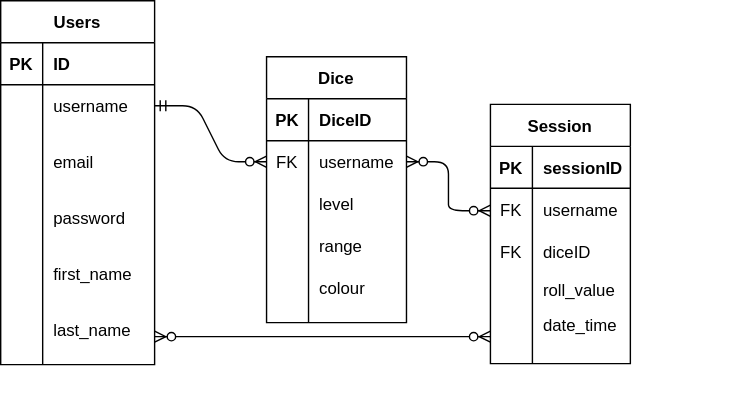
adicarlisle/QA-Core-Fundamental-Project keeps this draw.io diagram as images/databaseUML.svg. Above is the earlier version. Source tidied: cells renumbered, new cells last; positions are measured from the earlier drawing's top-left corner, leaving out a move shared by most shapes.
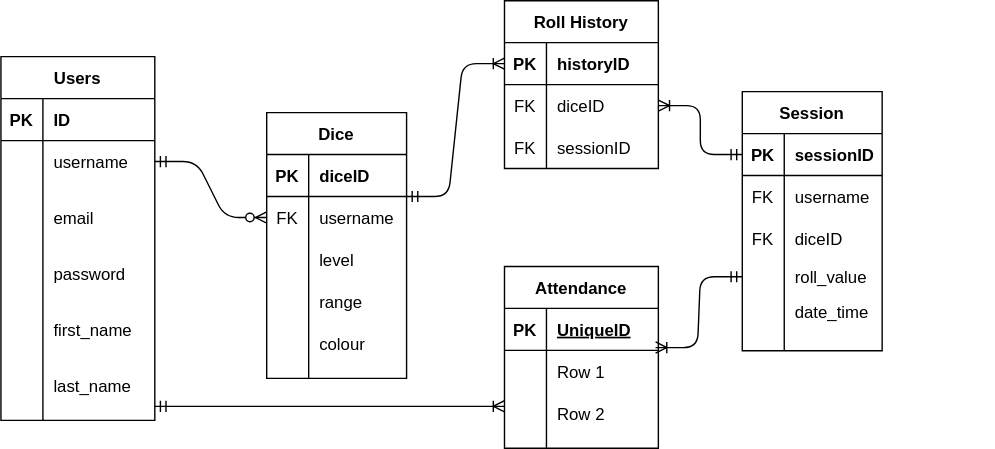
Above is the later version.

The edit, as a diff of the source:
```diff
@@ -71,7 +71,7 @@
     <mxCell id="24" value="PK" style="shape=partialRectangle;fillColor=none;top=0;left=0;bottom=0;right=0;fontStyle=1;overflow=hidden;" parent="23" vertex="1">
       <mxGeometry width="30" height="30" as="geometry" />
     </mxCell>
-    <mxCell id="25" value="DiceID" style="shape=partialRectangle;fillColor=none;top=0;left=0;bottom=0;right=0;align=left;spacingLeft=6;fontStyle=1;overflow=hidden;" parent="23" vertex="1">
+    <mxCell id="25" value="diceID" style="shape=partialRectangle;fillColor=none;top=0;left=0;bottom=0;right=0;align=left;spacingLeft=6;fontStyle=1;overflow=hidden;" parent="23" vertex="1">
       <mxGeometry x="30" width="70" height="30" as="geometry" />
     </mxCell>
     <mxCell id="26" style="shape=partialRectangle;fillColor=none;top=0;left=0;bottom=0;right=0;points=[[0,0.5],[1,0.5]];portConstraint=eastwest;" parent="22" vertex="1">
@@ -110,8 +110,13 @@
     <mxCell id="37" value="colour" style="shape=partialRectangle;fillColor=none;top=0;left=0;bottom=0;right=0;align=left;spacingLeft=6;overflow=hidden;" parent="35" vertex="1">
       <mxGeometry x="30" width="150" height="30" as="geometry" />
     </mxCell>
+    <mxCell id="56" style="edgeStyle=entityRelationEdgeStyle;fontSize=12;html=1;endArrow=ERoneToMany;startArrow=ERmandOne;entryX=0;entryY=0.5;entryDx=0;entryDy=0;" parent="21" edge="1" target="58">
+      <mxGeometry relative="1" as="geometry">
+        <mxPoint x="100" y="60" as="sourcePoint" />
+      </mxGeometry>
+    </mxCell>
     <mxCell id="38" style="group;" parent="1" vertex="1">
-      <mxGeometry x="350" y="74" width="180" height="220" as="geometry" />
+      <mxGeometry x="530" y="25" width="180" height="220" as="geometry" />
     </mxCell>
     <mxCell id="39" style="group;" parent="38" vertex="1">
       <mxGeometry width="180" height="220" as="geometry" />
@@ -158,16 +163,77 @@
     <mxCell id="53" value="date_time" style="shape=partialRectangle;fillColor=none;top=0;left=0;bottom=0;right=0;align=left;spacingLeft=6;overflow=hidden;" parent="39" vertex="1">
       <mxGeometry x="30" y="140" width="70" height="34.7" as="geometry" />
     </mxCell>
-    <mxCell id="54" style="edgeStyle=entityRelationEdgeStyle;fontSize=12;html=1;endArrow=ERzeroToMany;endFill=1;startArrow=ERzeroToMany;" parent="1" edge="1">
-      <mxGeometry relative="1" as="geometry">
-        <mxPoint x="110" y="240" as="sourcePoint" />
-        <mxPoint x="350" y="240" as="targetPoint" />
-      </mxGeometry>
-    </mxCell>
-    <mxCell id="55" style="edgeStyle=entityRelationEdgeStyle;fontSize=12;html=1;endArrow=ERzeroToMany;endFill=1;startArrow=ERzeroToMany;exitX=1;exitY=0.5;exitDx=0;exitDy=0;" parent="1" edge="1" source="26">
-      <mxGeometry relative="1" as="geometry">
-        <mxPoint x="350" y="150" as="targetPoint" />
-      </mxGeometry>
-    </mxCell>
+    <mxCell id="57" value="Roll History" style="shape=table;startSize=30;rowLines=0;fontStyle=1;align=center;" parent="1" vertex="1">
+      <mxGeometry x="360" y="-40" width="110" height="120" as="geometry" />
+    </mxCell>
+    <mxCell id="58" style="shape=partialRectangle;fillColor=none;top=0;left=0;bottom=1;right=0;points=[[0,0.5],[1,0.5]];portConstraint=eastwest;" parent="57" vertex="1">
+      <mxGeometry y="30" width="110" height="30" as="geometry" />
+    </mxCell>
+    <mxCell id="59" value="PK" style="shape=partialRectangle;fillColor=none;top=0;left=0;bottom=0;right=0;fontStyle=1;overflow=hidden;" parent="58" vertex="1">
+      <mxGeometry width="30" height="30" as="geometry" />
+    </mxCell>
+    <mxCell id="60" value="historyID" style="shape=partialRectangle;fillColor=none;top=0;left=0;bottom=0;right=0;align=left;spacingLeft=6;fontStyle=1;overflow=hidden;" parent="58" vertex="1">
+      <mxGeometry x="30" width="80" height="30" as="geometry" />
+    </mxCell>
+    <mxCell id="61" style="shape=partialRectangle;fillColor=none;top=0;left=0;bottom=0;right=0;points=[[0,0.5],[1,0.5]];portConstraint=eastwest;" parent="57" vertex="1">
+      <mxGeometry y="60" width="110" height="30" as="geometry" />
+    </mxCell>
+    <mxCell id="62" value="FK" style="shape=partialRectangle;fillColor=none;top=0;left=0;bottom=0;right=0;overflow=hidden;" parent="61" vertex="1">
+      <mxGeometry width="30" height="30" as="geometry" />
+    </mxCell>
+    <mxCell id="63" value="diceID" style="shape=partialRectangle;fillColor=none;top=0;left=0;bottom=0;right=0;align=left;spacingLeft=6;overflow=hidden;" parent="61" vertex="1">
+      <mxGeometry x="30" width="80" height="30" as="geometry" />
+    </mxCell>
+    <mxCell id="64" style="shape=partialRectangle;fillColor=none;top=0;left=0;bottom=0;right=0;" parent="57" vertex="1">
+      <mxGeometry y="90" width="110" height="30" as="geometry" />
+    </mxCell>
+    <mxCell id="65" value="FK" style="shape=partialRectangle;fillColor=none;top=0;left=0;bottom=0;right=0;overflow=hidden;" parent="64" vertex="1">
+      <mxGeometry width="30" height="30" as="geometry" />
+    </mxCell>
+    <mxCell id="66" value="sessionID" style="shape=partialRectangle;fillColor=none;top=0;left=0;bottom=0;right=0;align=left;spacingLeft=6;overflow=hidden;" parent="64" vertex="1">
+      <mxGeometry x="30" width="80" height="30" as="geometry" />
+    </mxCell>
+    <mxCell id="67" value="Attendance" style="shape=table;startSize=30;rowLines=0;fontStyle=1;align=center;" parent="1" vertex="1">
+      <mxGeometry x="360" y="150" width="110" height="130" as="geometry" />
+    </mxCell>
+    <mxCell id="68" style="shape=partialRectangle;fillColor=none;top=0;left=0;bottom=1;right=0;" parent="67" vertex="1">
+      <mxGeometry y="30" width="110" height="30" as="geometry" />
+    </mxCell>
+    <mxCell id="69" value="PK" style="shape=partialRectangle;fillColor=none;top=0;left=0;bottom=0;right=0;fontStyle=1;overflow=hidden;" parent="68" vertex="1">
+      <mxGeometry width="30" height="30" as="geometry" />
+    </mxCell>
+    <mxCell id="70" value="UniqueID" style="shape=partialRectangle;fillColor=none;top=0;left=0;bottom=0;right=0;align=left;spacingLeft=6;fontStyle=5;overflow=hidden;" parent="68" vertex="1">
+      <mxGeometry x="30" width="80" height="30" as="geometry" />
+    </mxCell>
+    <mxCell id="71" style="shape=partialRectangle;fillColor=none;top=0;left=0;bottom=0;right=0;points=[[0,0.5],[1,0.5]];portConstraint=eastwest;" parent="67" vertex="1">
+      <mxGeometry y="60" width="110" height="30" as="geometry" />
+    </mxCell>
+    <mxCell id="72" style="shape=partialRectangle;fillColor=none;top=0;left=0;bottom=0;right=0;overflow=hidden;" parent="71" vertex="1">
+      <mxGeometry width="30" height="30" as="geometry" />
+    </mxCell>
+    <mxCell id="73" value="Row 1" style="shape=partialRectangle;fillColor=none;top=0;left=0;bottom=0;right=0;align=left;spacingLeft=6;overflow=hidden;" parent="71" vertex="1">
+      <mxGeometry x="30" width="80" height="30" as="geometry" />
+    </mxCell>
+    <mxCell id="74" style="shape=partialRectangle;fillColor=none;top=0;left=0;bottom=0;right=0;" parent="67" vertex="1">
+      <mxGeometry y="90" width="110" height="30" as="geometry" />
+    </mxCell>
+    <mxCell id="75" style="shape=partialRectangle;fillColor=none;top=0;left=0;bottom=0;right=0;overflow=hidden;" parent="74" vertex="1">
+      <mxGeometry width="30" height="30" as="geometry" />
+    </mxCell>
+    <mxCell id="76" value="Row 2" style="shape=partialRectangle;fillColor=none;top=0;left=0;bottom=0;right=0;align=left;spacingLeft=6;overflow=hidden;" parent="74" vertex="1">
+      <mxGeometry x="30" width="80" height="30" as="geometry" />
+    </mxCell>
+    <mxCell id="77" style="edgeStyle=entityRelationEdgeStyle;fontSize=12;html=1;endArrow=ERoneToMany;startArrow=ERmandOne;entryX=1;entryY=0.5;entryDx=0;entryDy=0;exitX=0;exitY=0.5;exitDx=0;exitDy=0;" parent="1" edge="1" source="41" target="61">
+      <mxGeometry relative="1" as="geometry" />
+    </mxCell>
+    <mxCell id="78" style="edgeStyle=entityRelationEdgeStyle;fontSize=12;html=1;endArrow=ERoneToMany;startArrow=ERmandOne;entryX=0;entryY=0.5;entryDx=0;entryDy=0;" parent="1" edge="1">
+      <mxGeometry relative="1" as="geometry">
+        <mxPoint x="110" y="250" as="sourcePoint" />
+        <mxPoint x="360" y="250" as="targetPoint" />
+      </mxGeometry>
+    </mxCell>
+    <mxCell id="79" style="edgeStyle=entityRelationEdgeStyle;fontSize=12;html=1;endArrow=ERoneToMany;startArrow=ERmandOne;entryX=0.982;entryY=-0.067;entryDx=0;entryDy=0;entryPerimeter=0;exitX=0;exitY=0.5;exitDx=0;exitDy=0;" parent="1" edge="1" source="50" target="71">
+      <mxGeometry relative="1" as="geometry" />
+    </mxCell>
   </root>
 </mxGraphModel>
```
